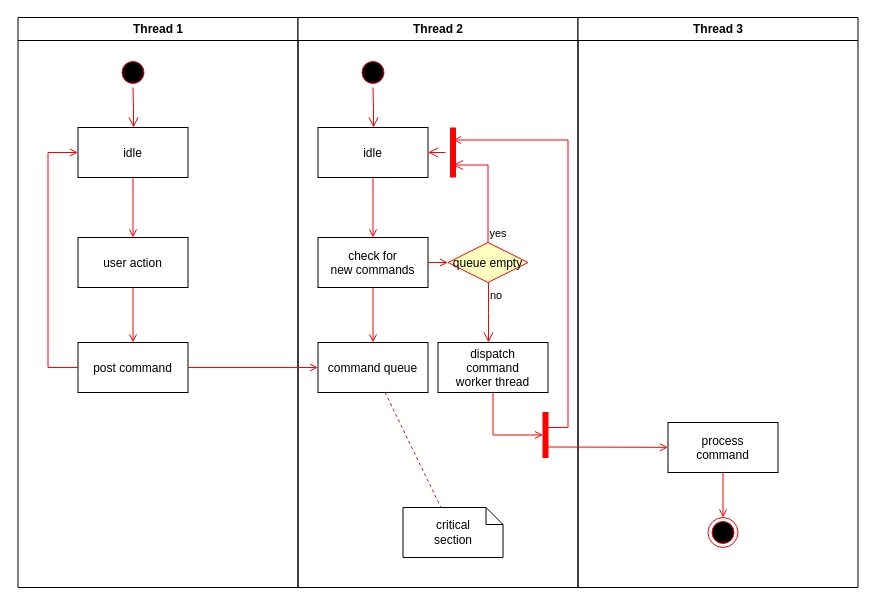
Above: src/未命名绘图.drawio in wqy8593521/test (draw.io), before the change. Source tidied: cells renumbered, new cells numbered last; positions are measured from the earlier drawing's top-left corner, leaving out a move shared by most shapes. Both pictures are drawn from the tidied source at 100%, with x=0, y=0 at pixel (17, 17).
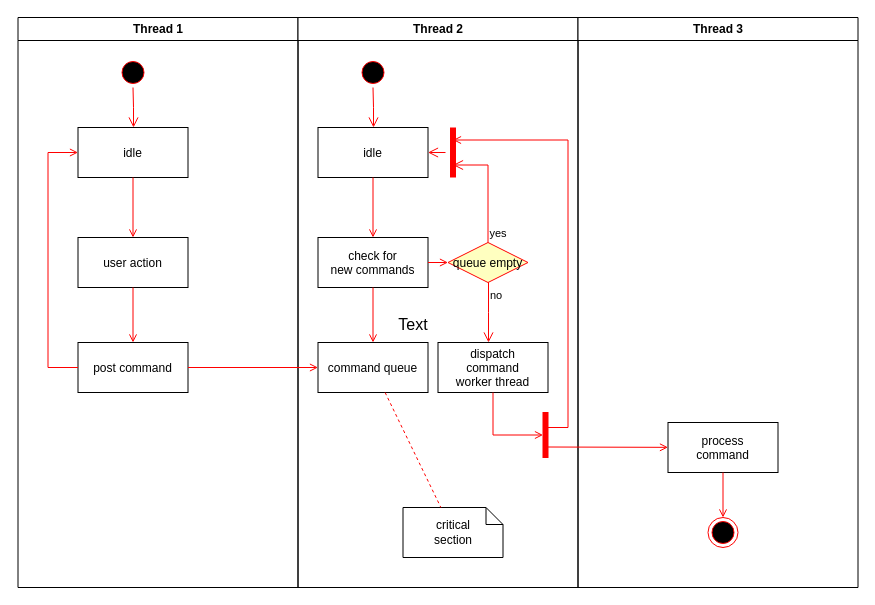
The same page after the edit.

Commit message:
更新未命名绘图.drawio

Change to the diagram source:
```diff
@@
+    <mxCell id="37" value="Text" style="text;strokeColor=none;fillColor=none;html=1;align=center;verticalAlign=middle;whiteSpace=wrap;rounded=0;fontSize=16;" parent="1" vertex="1">
+      <mxGeometry x="366" y="292" width="60" height="30" as="geometry" />
+    </mxCell>
```
